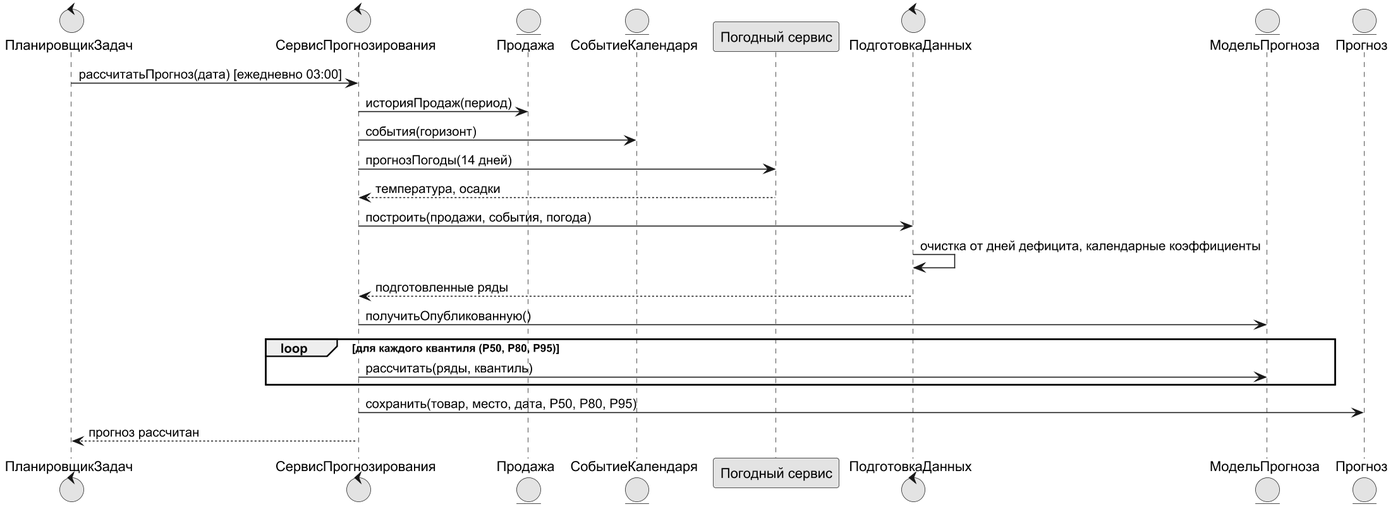
DarkSwordman999/flower-demand-planning keeps this PlantUML diagram as diagrams/uml_seq_1.png. Above is the earlier version. The source it was exported from:
```plantuml
@startuml
!pragma layout smetana
skinparam dpi 150
skinparam defaultFontName Arial
skinparam shadowing false
skinparam monochrome true
control "ПланировщикЗадач" as SCH
control "СервисПрогнозирования" as S
entity "Продажа" as PR
entity "СобытиеКалендаря" as EV
participant "Погодный сервис" as W
control "ПодготовкаДанных" as FB
entity "МодельПрогноза" as M
entity "Прогноз" as F
SCH -> S : рассчитатьПрогноз(дата) [ежедневно 03:00]
S -> PR : историяПродаж(период)
S -> EV : события(горизонт)
S -> W : прогнозПогоды(14 дней)
W --> S : температура, осадки
S -> FB : построить(продажи, события, погода)
FB -> FB : очистка от дней дефицита, календарные коэффициенты
FB --> S : подготовленные ряды
S -> M : получитьОпубликованную()
loop для каждого квантиля (P50, P80, P95)
  S -> M : рассчитать(ряды, квантиль)
end
S -> F : сохранить(товар, место, дата, P50, P80, P95)
S --> SCH : прогноз рассчитан
@enduml
```
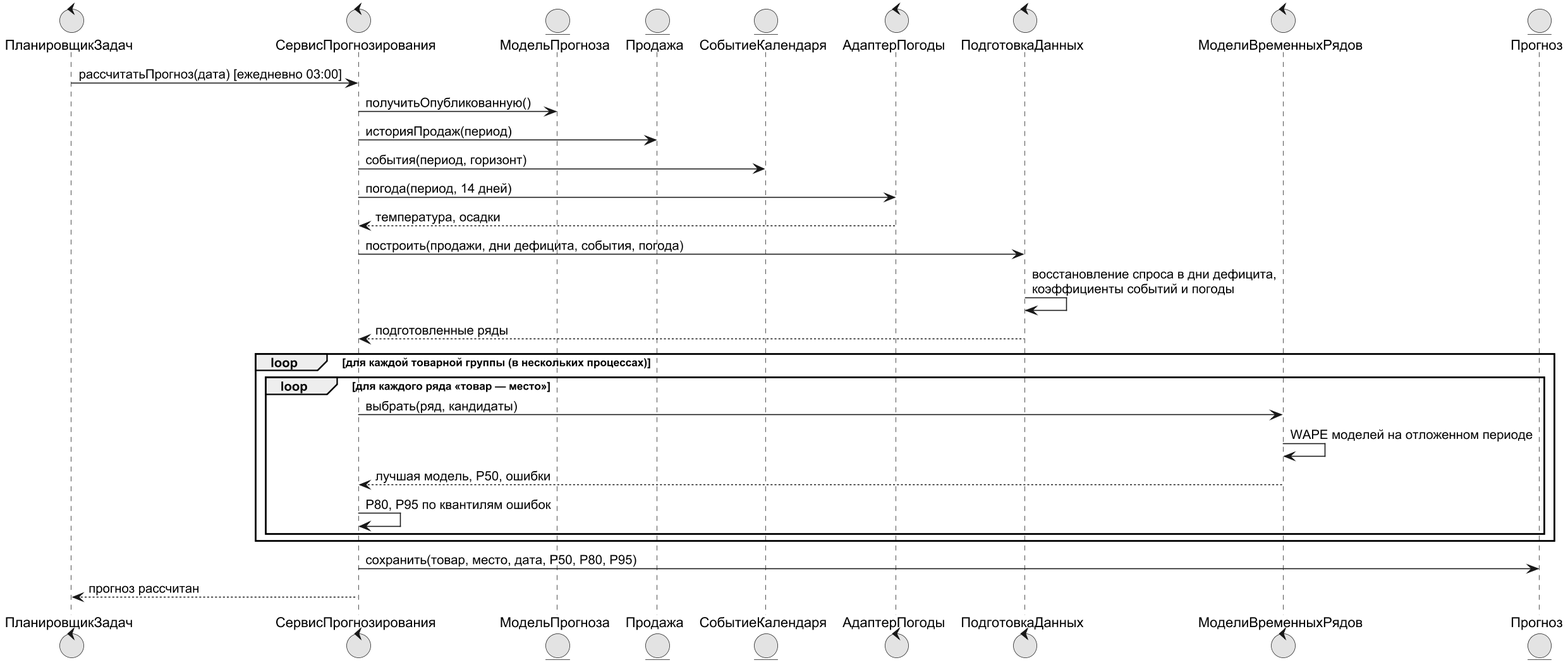
The same file after the commit.

Change to the diagram source:
```diff
@@ -6,23 +6,29 @@
 skinparam monochrome true
 control "ПланировщикЗадач" as SCH
 control "СервисПрогнозирования" as S
+entity "МодельПрогноза" as M
 entity "Продажа" as PR
 entity "СобытиеКалендаря" as EV
-participant "Погодный сервис" as W
+control "АдаптерПогоды" as W
 control "ПодготовкаДанных" as FB
-entity "МодельПрогноза" as M
+control "МоделиВременныхРядов" as TS
 entity "Прогноз" as F
 SCH -> S : рассчитатьПрогноз(дата) [ежедневно 03:00]
+S -> M : получитьОпубликованную()
 S -> PR : историяПродаж(период)
-S -> EV : события(горизонт)
-S -> W : прогнозПогоды(14 дней)
+S -> EV : события(период, горизонт)
+S -> W : погода(период, 14 дней)
 W --> S : температура, осадки
-S -> FB : построить(продажи, события, погода)
-FB -> FB : очистка от дней дефицита, календарные коэффициенты
+S -> FB : построить(продажи, дни дефицита, события, погода)
+FB -> FB : восстановление спроса в дни дефицита,\nкоэффициенты событий и погоды
 FB --> S : подготовленные ряды
-S -> M : получитьОпубликованную()
-loop для каждого квантиля (P50, P80, P95)
-  S -> M : рассчитать(ряды, квантиль)
+loop для каждой товарной группы (в нескольких процессах)
+  loop для каждого ряда «товар — место»
+    S -> TS : выбрать(ряд, кандидаты)
+    TS -> TS : WAPE моделей на отложенном периоде
+    TS --> S : лучшая модель, P50, ошибки
+    S -> S : P80, P95 по квантилям ошибок
+  end
 end
 S -> F : сохранить(товар, место, дата, P50, P80, P95)
 S --> SCH : прогноз рассчитан
```
